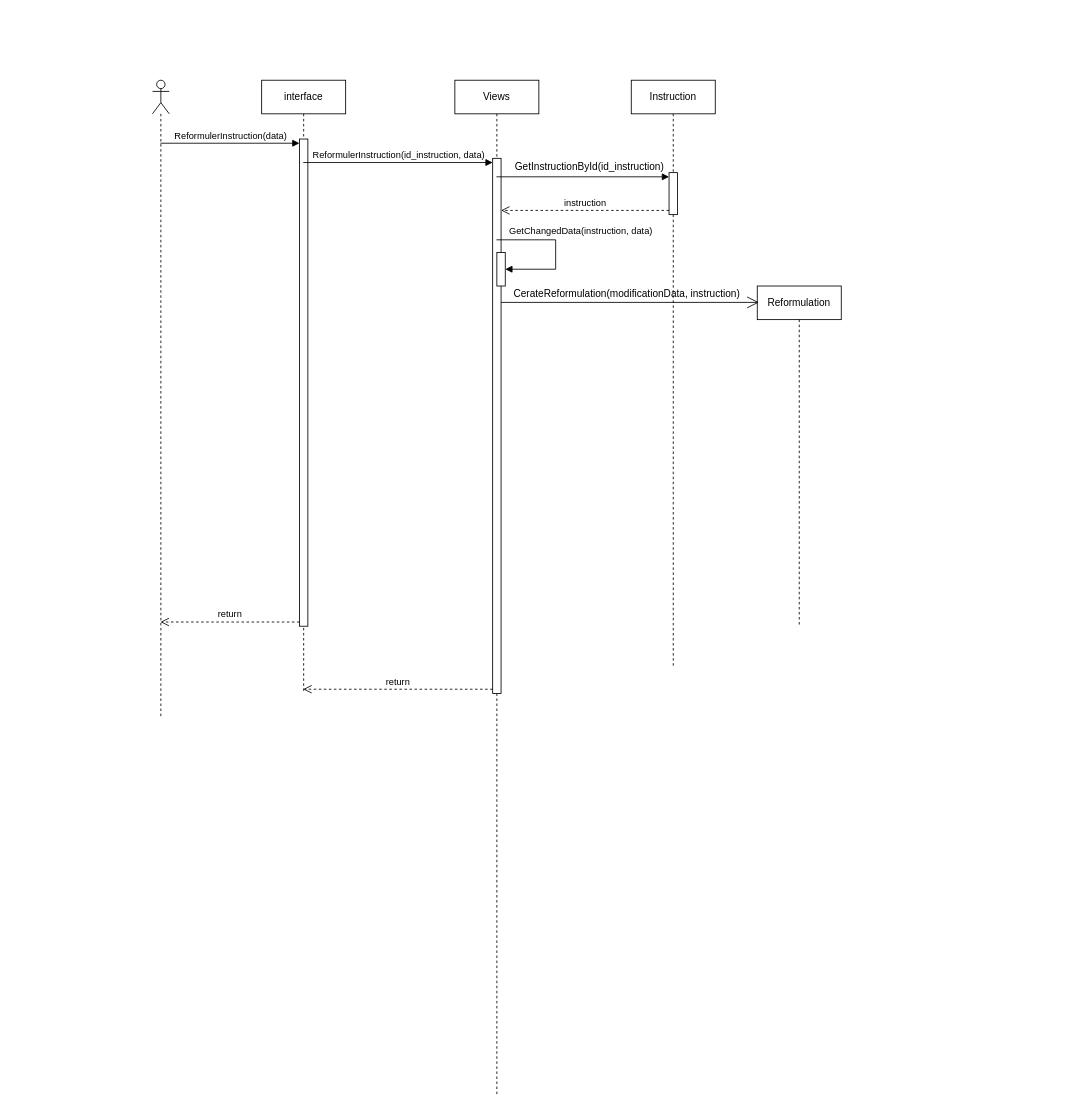
This is amendemant_instruction.drawio from CabrelFeukeng/pp, a draw.io file, before an edit. Source tidied: cells renumbered, new cells numbered last; positions are measured from the earlier drawing's top-left corner, leaving out a move shared by most shapes. Both pictures are drawn from the tidied source at 84%, with x=0, y=0 at pixel (152, 80).
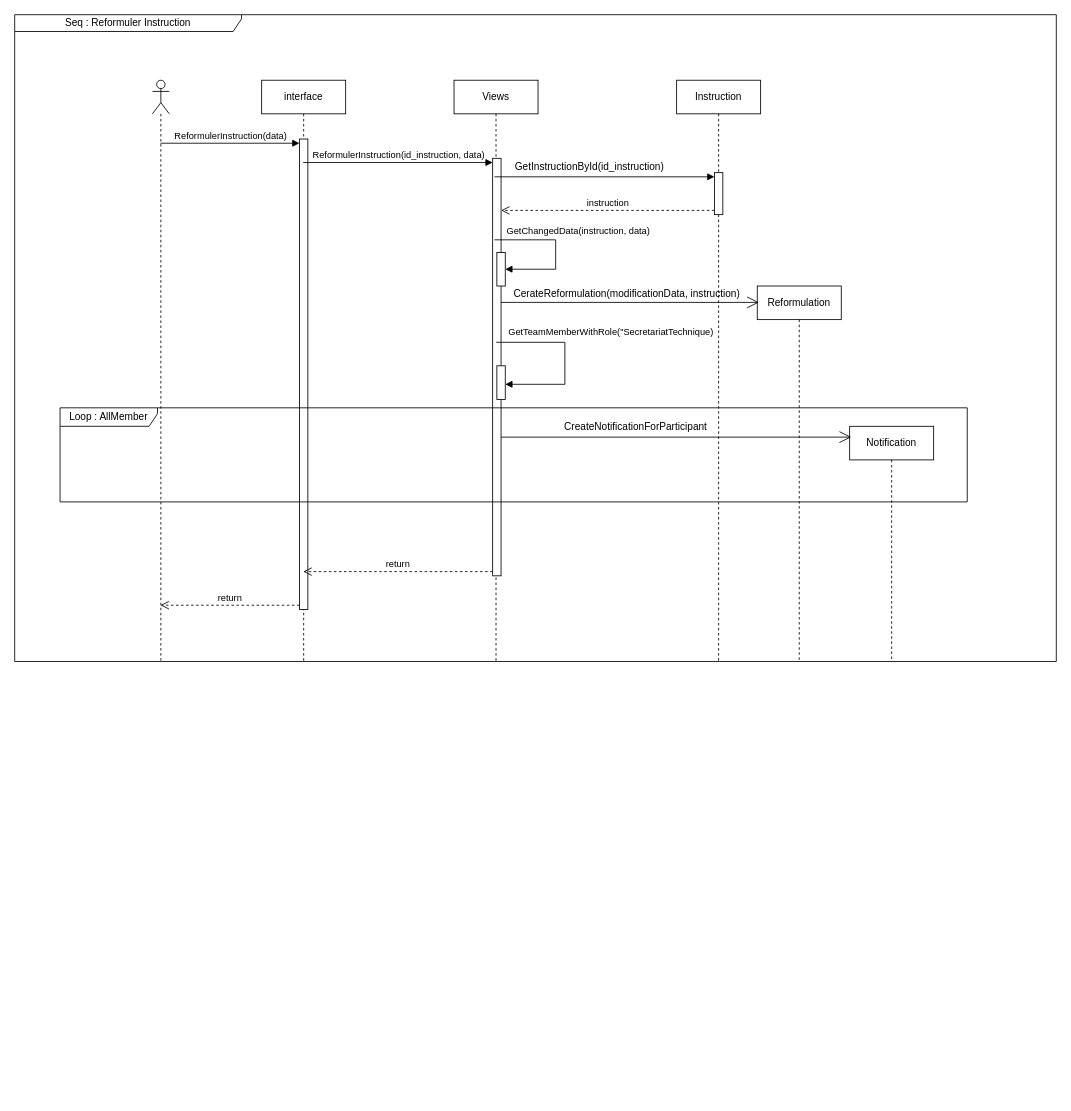
The same page after the edit.

Commit message (it also covers changes not shown here):
Mettre à jour amendemant_instruction.drawio

The change refers to these unchanged cells:
```xml
<mxCell id="10" style="html=1;points=[[0,0,0,0,5],[0,1,0,0,-5],[1,0,0,0,5],[1,1,0,0,-5]];perimeter=orthogonalPerimeter;outlineConnect=0;targetShapes=umlLifeline;portConstraint=eastwest;newEdgeStyle={&quot;curved&quot;:0,&quot;rounded&quot;:0};" parent="9" vertex="1">
  <mxGeometry x="45" y="110" width="10" height="50" as="geometry" />
</mxCell>
```

What changed in the source:
```diff
@@
     <mxCell id="2" style="shape=umlLifeline;perimeter=lifelinePerimeter;whiteSpace=wrap;html=1;outlineConnect=0;portConstraint=eastwest;newEdgeStyle={&quot;curved&quot;:0,&quot;rounded&quot;:0};participant=umlActor;" parent="1" vertex="1">
-      <mxGeometry width="20" height="760" as="geometry" />
+      <mxGeometry width="20" height="692" as="geometry" />
     </mxCell>
     <mxCell id="3" value="interface" style="shape=umlLifeline;perimeter=lifelinePerimeter;whiteSpace=wrap;html=1;outlineConnect=0;portConstraint=eastwest;newEdgeStyle={&quot;curved&quot;:0,&quot;rounded&quot;:0};" parent="1" vertex="1">
-      <mxGeometry x="130" width="100" height="730" as="geometry" />
+      <mxGeometry x="130" width="100" height="692" as="geometry" />
     </mxCell>
     <mxCell id="4" style="html=1;points=[[0,0,0,0,5],[0,1,0,0,-5],[1,0,0,0,5],[1,1,0,0,-5]];perimeter=orthogonalPerimeter;outlineConnect=0;targetShapes=umlLifeline;portConstraint=eastwest;newEdgeStyle={&quot;curved&quot;:0,&quot;rounded&quot;:0};" parent="3" vertex="1">
-      <mxGeometry x="45" y="70" width="10" height="580" as="geometry" />
+      <mxGeometry x="45" y="70" width="10" height="560" as="geometry" />
     </mxCell>
     <mxCell id="5" value="Views" style="shape=umlLifeline;perimeter=lifelinePerimeter;whiteSpace=wrap;html=1;outlineConnect=0;portConstraint=eastwest;newEdgeStyle={&quot;curved&quot;:0,&quot;rounded&quot;:0};" parent="1" vertex="1">
-      <mxGeometry x="360" width="100" height="1210" as="geometry" />
+      <mxGeometry x="359" width="100" height="692" as="geometry" />
     </mxCell>
     <mxCell id="6" style="html=1;points=[[0,0,0,0,5],[0,1,0,0,-5],[1,0,0,0,5],[1,1,0,0,-5]];perimeter=orthogonalPerimeter;outlineConnect=0;targetShapes=umlLifeline;portConstraint=eastwest;newEdgeStyle={&quot;curved&quot;:0,&quot;rounded&quot;:0};" parent="5" vertex="1">
-      <mxGeometry x="45" y="93" width="10" height="637" as="geometry" />
+      <mxGeometry x="46" y="93" width="10" height="497" as="geometry" />
     </mxCell>
     <mxCell id="7" style="html=1;points=[[0,0,0,0,5],[0,1,0,0,-5],[1,0,0,0,5],[1,1,0,0,-5]];perimeter=orthogonalPerimeter;outlineConnect=0;targetShapes=umlLifeline;portConstraint=eastwest;newEdgeStyle={&quot;curved&quot;:0,&quot;rounded&quot;:0};" parent="5" vertex="1">
-      <mxGeometry x="50" y="205" width="10" height="40" as="geometry" />
+      <mxGeometry x="51" y="205" width="10" height="40" as="geometry" />
     </mxCell>
-    <mxCell id="8" value="GetChangedData(instruction, data)" style="html=1;align=left;spacingLeft=2;endArrow=block;rounded=0;edgeStyle=orthogonalEdgeStyle;curved=0;rounded=0;" parent="5" edge="1" source="5" target="7">
+    <mxCell id="8" value="GetChangedData(instruction, data)" style="html=1;align=left;spacingLeft=2;endArrow=block;rounded=0;edgeStyle=orthogonalEdgeStyle;curved=0;rounded=0;" parent="5" edge="1" target="7">
       <mxGeometry x="-0.87" y="10" relative="1" as="geometry">
+        <mxPoint x="48.2" y="190" as="sourcePoint" />
         <Array as="points">
-          <mxPoint x="120" y="190" />
-          <mxPoint x="120" y="225" />
+          <mxPoint x="121" y="190" />
+          <mxPoint x="121" y="225" />
         </Array>
       </mxGeometry>
     </mxCell>
+    <mxCell id="21" style="html=1;perimeter=orthogonalPerimeter;targetShapes=umlLifeline;newEdgeStyle={&quot;curved&quot;:0,&quot;rounded&quot;:0};" parent="5" vertex="1">
+      <mxGeometry x="51" y="340" width="10" height="40" as="geometry" />
+    </mxCell>
+    <mxCell id="22" value="GetTeamMemberWithRole(&quot;SecretariatTechnique)" style="html=1;align=left;spacingLeft=2;endArrow=block;rounded=0;edgeStyle=orthogonalEdgeStyle;curved=0;rounded=0;" parent="5" edge="1">
+      <mxGeometry x="-0.89" y="12" relative="1" as="geometry">
+        <mxPoint x="50.2" y="312" as="sourcePoint" />
+        <mxPoint x="61" y="362" as="targetPoint" />
+        <Array as="points">
+          <mxPoint x="132" y="312" />
+          <mxPoint x="132" y="362" />
+        </Array>
+      </mxGeometry>
+    </mxCell>
     <mxCell id="9" value="Instruction" style="shape=umlLifeline;perimeter=lifelinePerimeter;whiteSpace=wrap;html=1;newEdgeStyle={&quot;curved&quot;:0,&quot;rounded&quot;:0};" parent="1" vertex="1">
-      <mxGeometry x="570" width="100" height="700" as="geometry" />
+      <mxGeometry x="624" width="100" height="692" as="geometry" />
     </mxCell>
@@
-    <mxCell id="15" style="html=1;verticalAlign=bottom;endArrow=block;curved=0;rounded=0;entryX=0;entryY=0;entryDx=0;entryDy=5;" parent="1" edge="1" source="5" target="10">
-      <mxGeometry relative="1" as="geometry" />
+    <mxCell id="15" style="html=1;verticalAlign=bottom;endArrow=block;curved=0;rounded=0;entryX=0;entryY=0;entryDx=0;entryDy=5;" parent="1" edge="1" target="10">
+      <mxGeometry relative="1" as="geometry">
+        <mxPoint x="407.2" y="115" as="sourcePoint" />
+      </mxGeometry>
     </mxCell>
@@
     <mxCell id="18" value="Reformulation" style="shape=umlLifeline;perimeter=lifelinePerimeter;whiteSpace=wrap;html=1;newEdgeStyle={&quot;curved&quot;:0,&quot;rounded&quot;:0};" parent="1" vertex="1">
-      <mxGeometry x="720" y="245" width="100" height="405" as="geometry" />
+      <mxGeometry x="720" y="245" width="100" height="447" as="geometry" />
     </mxCell>
@@
+    <mxCell id="23" value="Loop : AllMember" style="shape=umlFrame;whiteSpace=wrap;html=1;width=116;height=22;" parent="1" vertex="1">
+      <mxGeometry x="-110" y="390" width="1080" height="112" as="geometry" />
+    </mxCell>
+    <mxCell id="24" value="Notification" style="shape=umlLifeline;perimeter=lifelinePerimeter;whiteSpace=wrap;html=1;outlineConnect=0;portConstraint=eastwest;newEdgeStyle={&quot;curved&quot;:0,&quot;rounded&quot;:0};" parent="1" vertex="1">
+      <mxGeometry x="830" y="412" width="100" height="280" as="geometry" />
+    </mxCell>
+    <mxCell id="25" style="endArrow=open;endFill=1;endSize=12;html=1;rounded=0;entryX=0.019;entryY=0.046;entryDx=0;entryDy=0;entryPerimeter=0;" parent="1" edge="1" source="6" target="24">
+      <mxGeometry relative="1" as="geometry" />
+    </mxCell>
+    <mxCell id="26" value="&lt;span style=&quot;font-weight: normal;&quot;&gt;CreateNotificationForParticipant&lt;/span&gt;" style="text;align=center;fontStyle=1;verticalAlign=middle;spacingLeft=3;spacingRight=3;strokeColor=none;html=1;" parent="1" vertex="1">
+      <mxGeometry x="480" y="400" width="190" height="26" as="geometry" />
+    </mxCell>
+    <mxCell id="27" value="Seq : Reformuler Instruction" style="shape=umlFrame;whiteSpace=wrap;html=1;width=270;height=20;" parent="1" vertex="1">
+      <mxGeometry x="-164" y="-78" width="1240" height="770" as="geometry" />
+    </mxCell>
```
